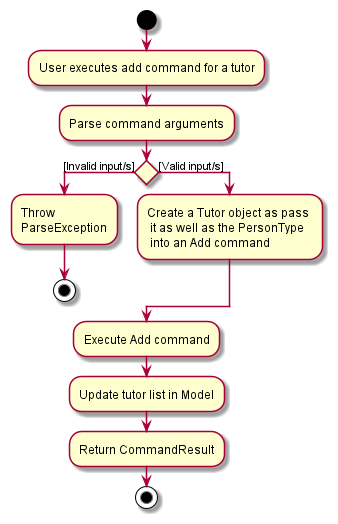
The PlantUML diagram docs/images/AddCommandActivityDiagram.png in tenebrius1/tp, before a commit.
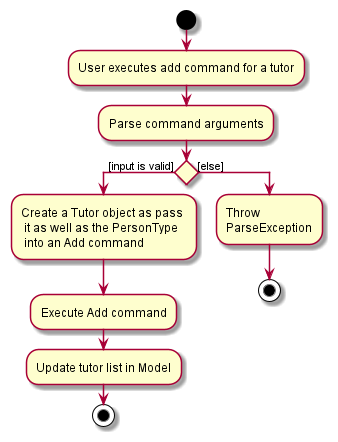
The same diagram one commit later.

The edit, as a diff of the source:
```diff
@@ -3,15 +3,12 @@
 :User executes add command for a tutor;
 :Parse command arguments;
 
-if () then ([Invalid input/s])
-    :Throw \nParseException;
-    stop
-else ([Valid input/s])
-    :Create a Tutor object as pass \n it as well as the PersonType \n into an Add command;
-
-endif
+if () then ([input is valid])
+:Create a Tutor object as pass \n it as well as the PersonType \n into an Add command;
     :Execute Add command;
     :Update tutor list in Model;
-    :Return CommandResult;
+    stop
+else ([else])
+:Throw \nParseException;
 stop
 @enduml
```
